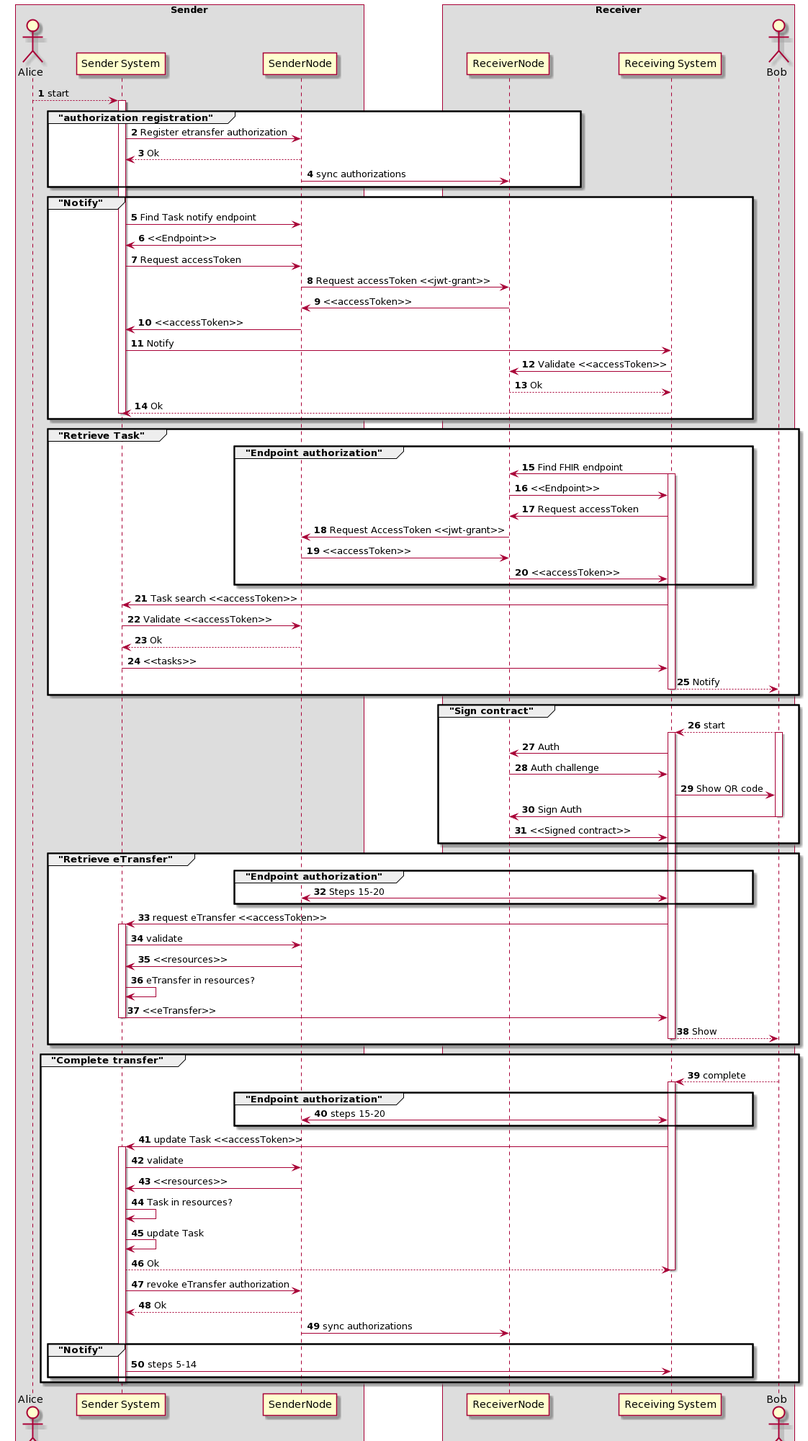
The PlantUML diagram .gitbook/assets/etransfer.png in nuts-foundation/bolts, before a commit. Its source is kept beside it as .gitbook/assets/etransfer.puml.
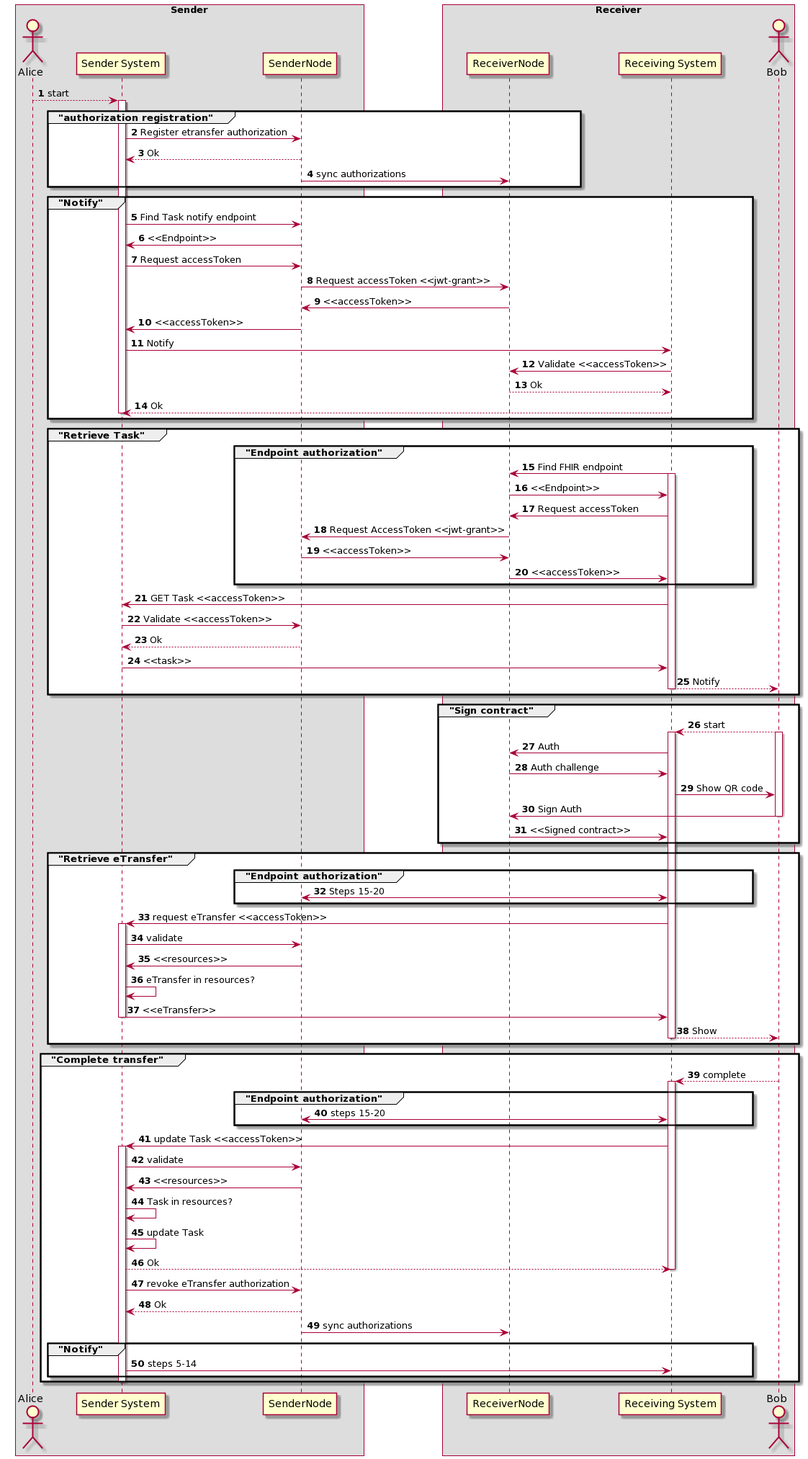
After the commit.

Commit message:
aanpassing eOverdracht Bolt: task specifieke notificatie

Diff of the diagram source:
```diff
@@ -46,10 +46,10 @@
     SenderNode -> ReceiverNode: <<accessToken>>
     ReceiverNode -> Receiver: <<accessToken>>
   end
-  Receiver -> Sender: Task search <<accessToken>>
+  Receiver -> Sender: GET Task <<accessToken>>
   Sender -> SenderNode: Validate <<accessToken>>
   SenderNode --> Sender: Ok
-  Sender -> Receiver: <<tasks>>
+  Sender -> Receiver: <<task>>
   Receiver --> Bob: Notify
   deactivate Receiver
 end
```
